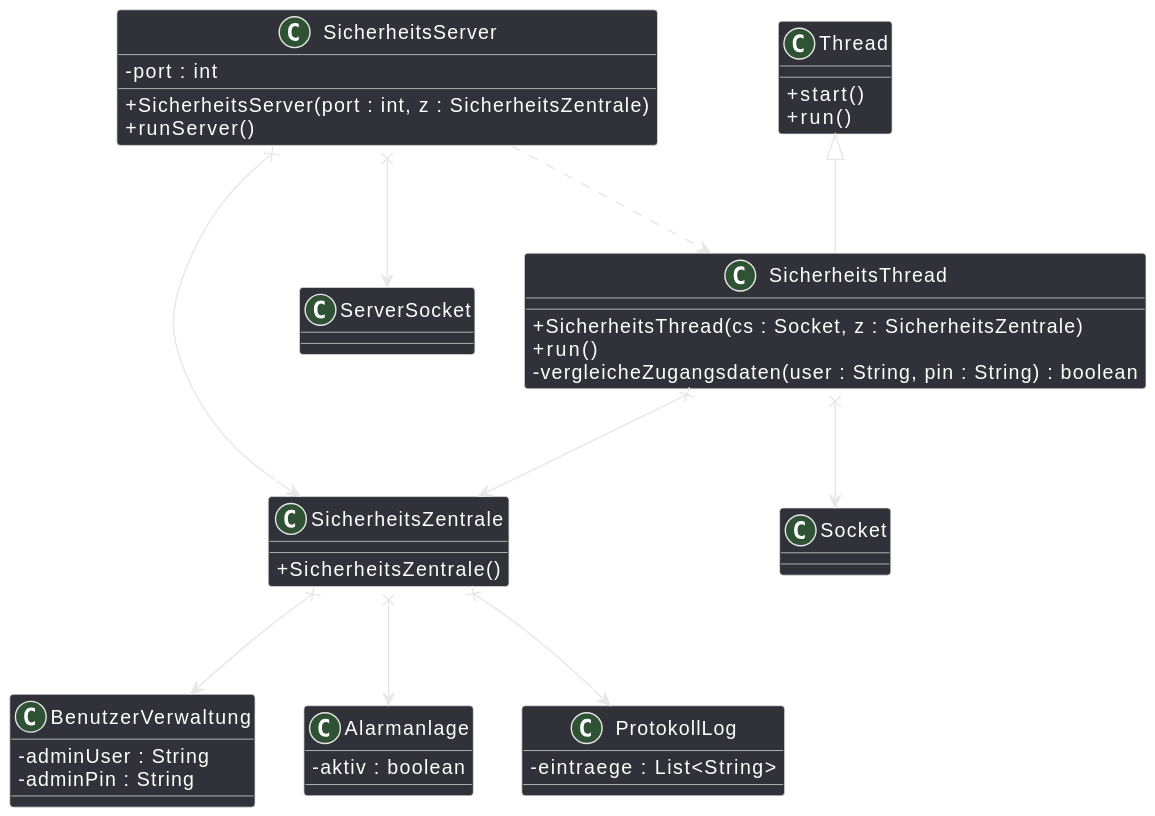
OnlyCook/abitur-elite-code keeps this PlantUML diagram as assets/img/sec5/lvl23-1.svg. Above is the earlier version.
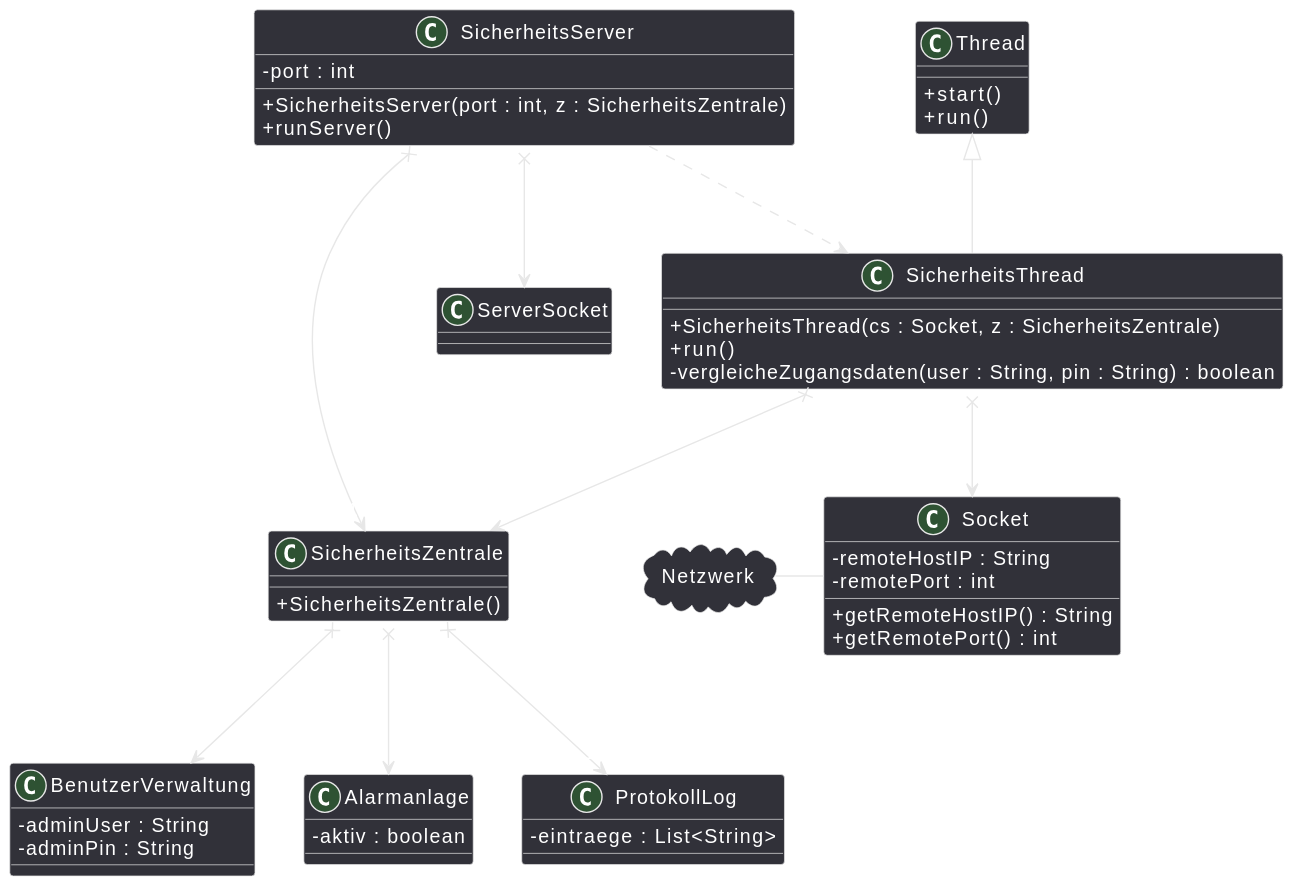
Above is the later version.

Change to the diagram source:
```diff
@@ -1,4 +1,6 @@
 @startuml
+allowmixing
+
 skinparam backgroundcolor transparent
 skinparam classAttributeIconSize 0
 class SicherheitsServer {
@@ -28,11 +30,19 @@
 class ProtokollLog {
   - eintraege : List<String>
 }
+class Socket {
+  - remoteHostIP : String
+  - remotePort : int
+  + getRemoteHostIP() : String
+  + getRemotePort() : int
+}
+cloud Netzwerk
 SicherheitsServer x--> "1" ServerSocket : -serverSocket
 SicherheitsServer x--> "1" SicherheitsZentrale : -zentrale
 SicherheitsServer ..> SicherheitsThread : <<creates>>
 SicherheitsThread -up-|> Thread
 SicherheitsThread x--> "1" Socket : -clientSocket
+Socket -left- Netzwerk
 SicherheitsThread x--> "1" SicherheitsZentrale : -zentrale
 SicherheitsZentrale x--> "1" BenutzerVerwaltung : -verwaltung
 SicherheitsZentrale x--> "1" Alarmanlage : -alarmanlage
```
